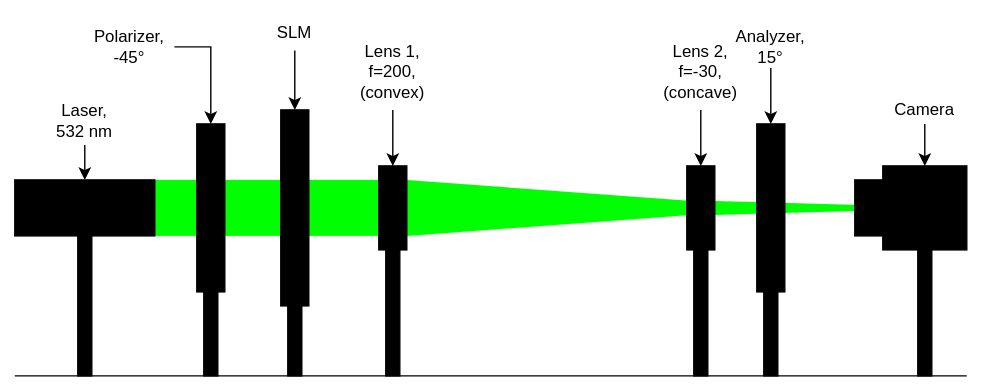
The draw.io diagram docs/source/images/setup.svg in nbaehler/mask-designer, before a commit. Source tidied: cells renumbered, new cells last; positions are measured from the earlier drawing's top-left corner, leaving out a move shared by most shapes.
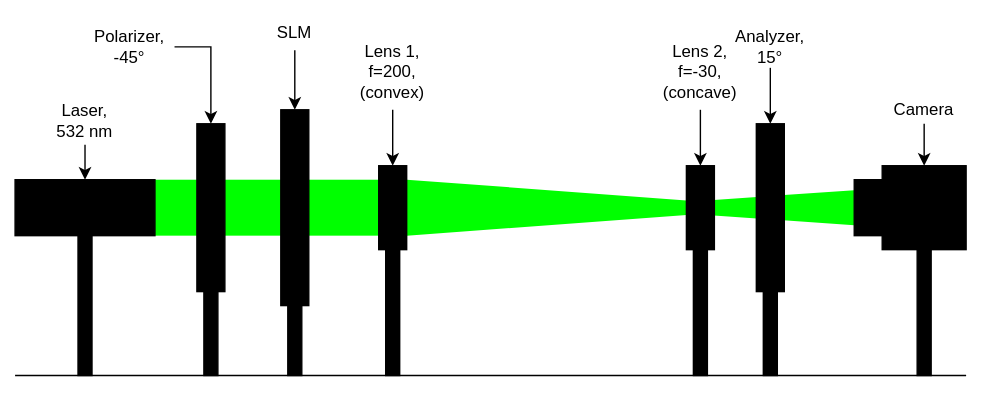
After the commit.

What changed in the source:
```diff
@@ -2,6 +2,9 @@
   <root>
     <mxCell id="0" />
     <mxCell id="1" parent="0" />
+    <mxCell id="37" style="triangle;whiteSpace=wrap;html=1;fillColor=#00FF00;strokeColor=none;direction=west;" parent="1" vertex="1">
+      <mxGeometry x="420" y="125.5" width="180" height="25" as="geometry" />
+    </mxCell>
     <mxCell id="2" style="triangle;whiteSpace=wrap;html=1;fillColor=#00FF00;strokeColor=none;" parent="1" vertex="1">
       <mxGeometry x="280" y="118" width="270" height="40" as="geometry" />
     </mxCell>
@@ -14,9 +17,6 @@
     <mxCell id="5" style="rounded=0;whiteSpace=wrap;html=1;strokeColor=none;fillColor=#00FF00;" parent="1" vertex="1">
       <mxGeometry x="210" y="118" width="50" height="40" as="geometry" />
     </mxCell>
-    <mxCell id="6" style="triangle;whiteSpace=wrap;html=1;fillColor=#00FF00;strokeColor=none;" parent="1" vertex="1">
-      <mxGeometry x="500" y="133" width="180" height="10" as="geometry" />
-    </mxCell>
     <mxCell id="7" style="endArrow=none;html=1;rounded=0;" parent="1" edge="1">
       <mxGeometry relative="1" as="geometry">
         <mxPoint y="258" as="sourcePoint" />
@@ -74,7 +74,7 @@
     <mxCell id="24" style="edgeStyle=orthogonalEdgeStyle;rounded=0;jettySize=auto;html=1;exitX=0.5;exitY=1;exitDx=0;exitDy=0;entryX=0.5;entryY=0;entryDx=0;entryDy=0;" parent="1" edge="1" source="25" target="34">
       <mxGeometry relative="1" as="geometry" />
     </mxCell>
-    <mxCell id="25" value="&lt;div&gt;Lens 2,&lt;/div&gt;&lt;div&gt;f=-75,&lt;br&gt;&lt;/div&gt;&lt;div&gt;(concave)&lt;/div&gt;" style="text;html=1;strokeColor=none;fillColor=none;align=center;verticalAlign=middle;whiteSpace=wrap;rounded=0;" parent="1" vertex="1">
+    <mxCell id="25" value="&lt;div&gt;Lens 2,&lt;/div&gt;&lt;div&gt;f=-30,&lt;br&gt;&lt;/div&gt;&lt;div&gt;(concave)&lt;/div&gt;" style="text;html=1;strokeColor=none;fillColor=none;align=center;verticalAlign=middle;whiteSpace=wrap;rounded=0;" parent="1" vertex="1">
       <mxGeometry x="460" y="13" width="60" height="55" as="geometry" />
     </mxCell>
     <mxCell id="26" style="rounded=0;whiteSpace=wrap;html=1;fillColor=#000000;" parent="1" vertex="1">
```
